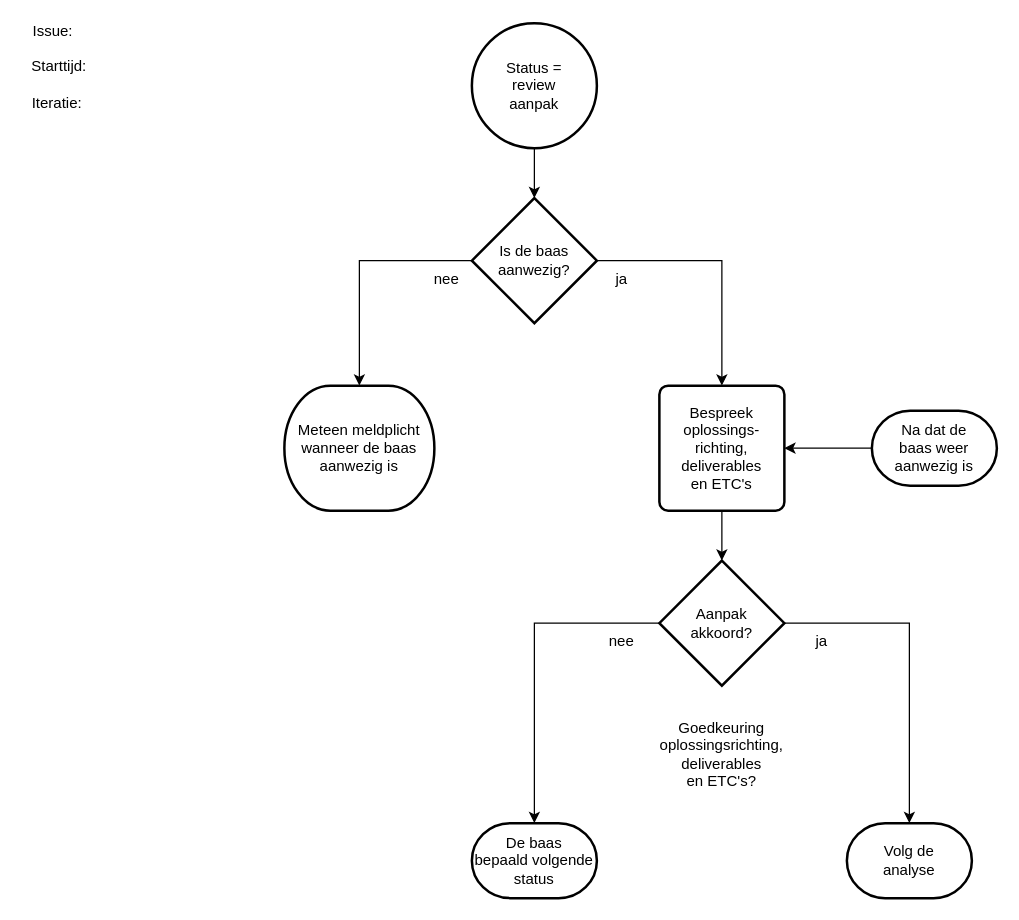
Above: 2 Issue Tracker review aanpak.drawio in Zaibatsu89/IssueTracker (draw.io), before the change. Source tidied: cells renumbered, new cells numbered last; positions are measured from the earlier drawing's top-left corner, leaving out a move shared by most shapes. Both pictures are drawn from the tidied source at 125%, with x=0, y=0 at pixel (21, 22).
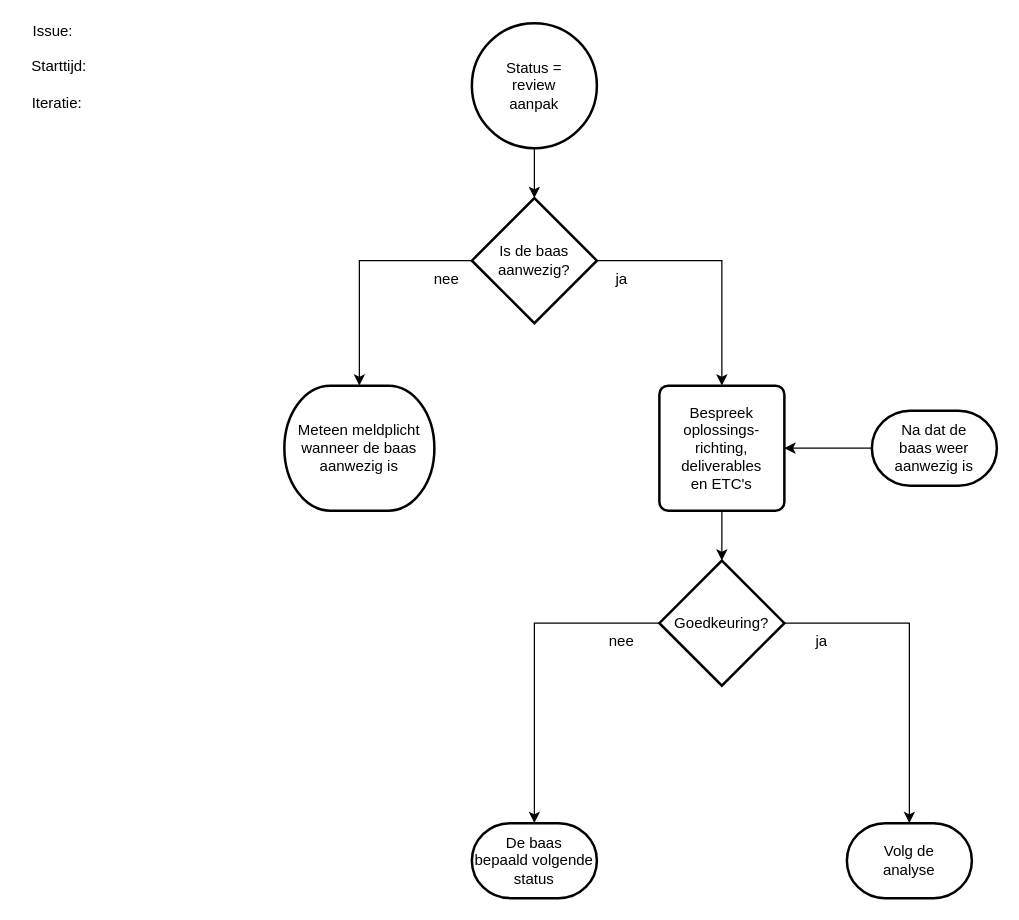
Above is the later version.

Commit message (it also covers changes not shown here):
Door Goedkeuring? vervangen

What changed in the source:
```diff
@@
-    <mxCell id="3" value="Aanpak&lt;br&gt;akkoord?" style="strokeWidth=2;html=1;shape=mxgraph.flowchart.decision;whiteSpace=wrap;" parent="1" vertex="1">
+    <mxCell id="3" value="Goedkeuring?" style="strokeWidth=2;html=1;shape=mxgraph.flowchart.decision;whiteSpace=wrap;" parent="1" vertex="1">
       <mxGeometry x="510" y="430" width="100" height="100" as="geometry" />
     </mxCell>
@@
-    <mxCell id="8" value="Goedkeuring&lt;br&gt;oplossingsrichting,&lt;br&gt;deliverables&lt;br&gt;en ETC's?" style="text;html=1;whiteSpace=wrap;strokeColor=none;fillColor=none;align=center;verticalAlign=middle;rounded=0;" parent="1" vertex="1">
-      <mxGeometry x="530" y="570" width="60" height="30" as="geometry" />
-    </mxCell>
```
